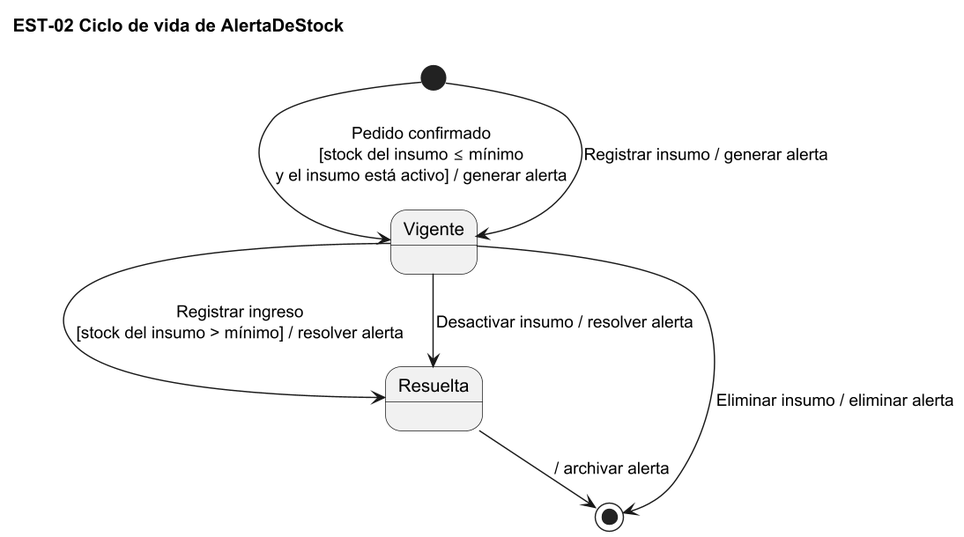
This is diagramas/est-02.png from lambtto/Gestor-Inventario-Brookie, a PlantUML export, as it was before one commit.
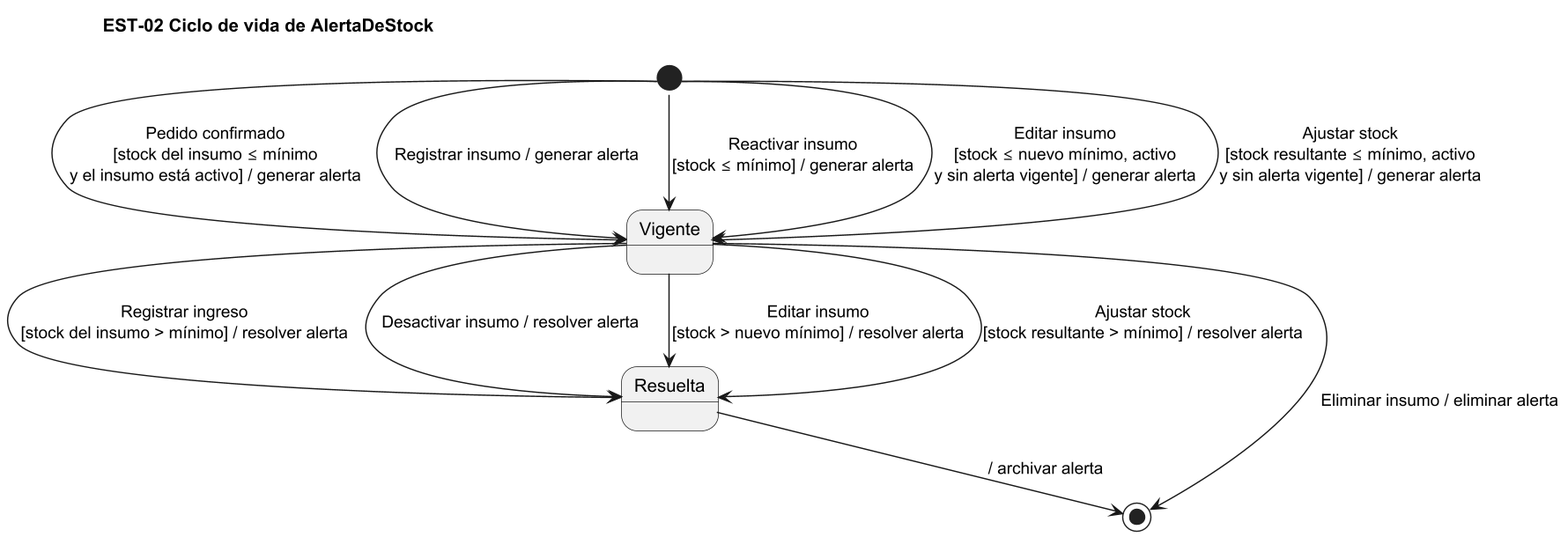
After the change.

Diff of the diagram source:
```diff
@@ -7,8 +7,13 @@
 
 [*] --> Vig : Pedido confirmado\n[stock del insumo ≤ mínimo\ny el insumo está activo] / generar alerta
 [*] --> Vig : Registrar insumo / generar alerta
+[*] --> Vig : Reactivar insumo\n[stock ≤ mínimo] / generar alerta
+[*] --> Vig : Editar insumo\n[stock ≤ nuevo mínimo, activo\ny sin alerta vigente] / generar alerta
+[*] --> Vig : Ajustar stock\n[stock resultante ≤ mínimo, activo\ny sin alerta vigente] / generar alerta
 Vig --> Res : Registrar ingreso\n[stock del insumo > mínimo] / resolver alerta
 Vig --> Res : Desactivar insumo / resolver alerta
+Vig --> Res : Editar insumo\n[stock > nuevo mínimo] / resolver alerta
+Vig --> Res : Ajustar stock\n[stock resultante > mínimo] / resolver alerta
 Vig --> [*] : Eliminar insumo / eliminar alerta
 Res --> [*] : / archivar alerta
 @enduml
```
